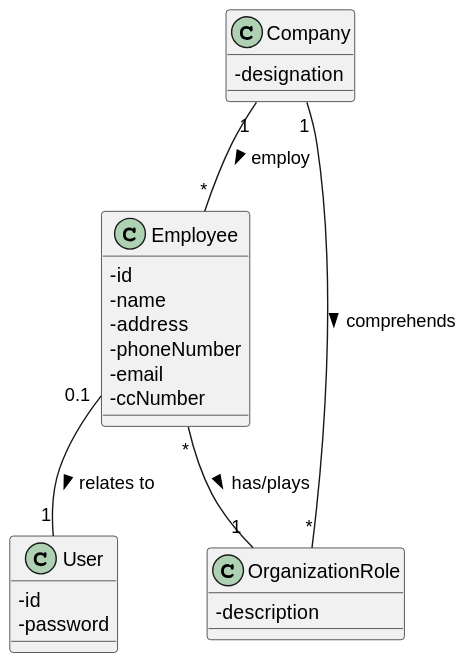
Above: docs/SprintB/US010/US010_CD.svg in osnilas/SNSsystem (PlantUML), before the change.
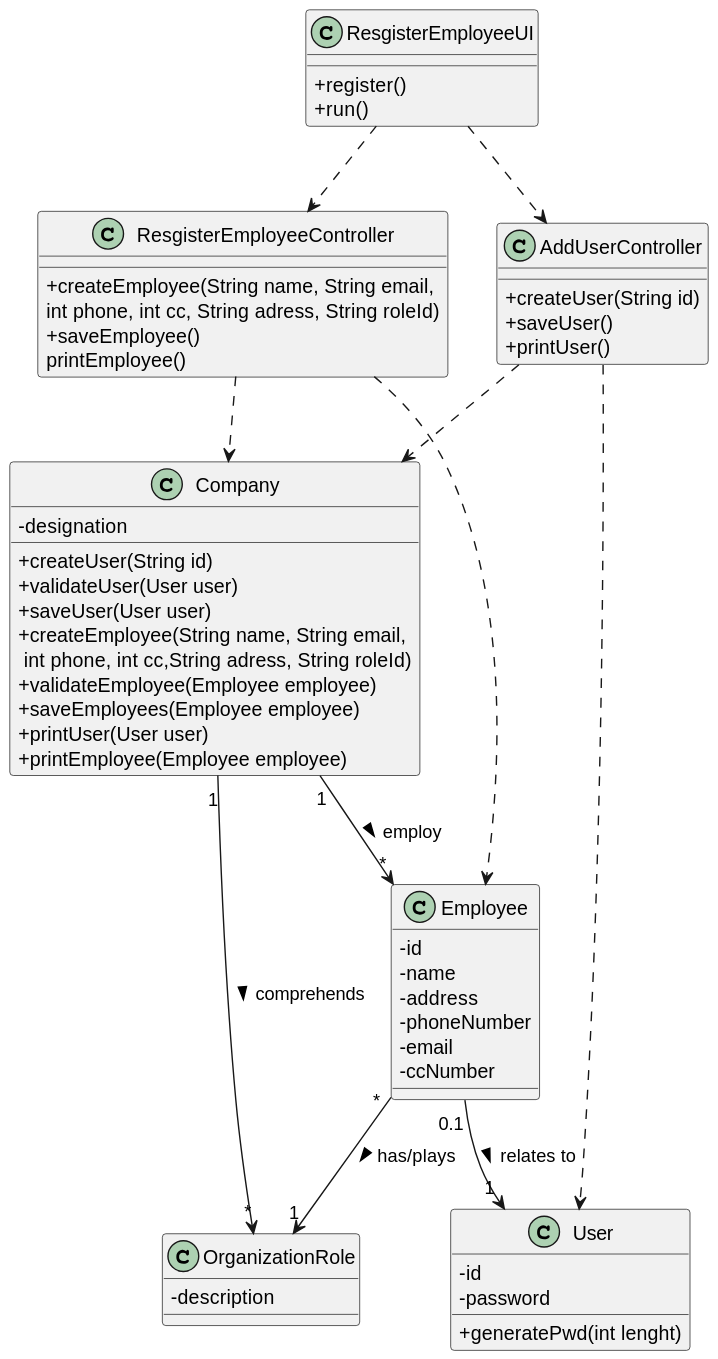
Above is the later version.

Diff of the diagram source:
```diff
@@ -3,6 +3,14 @@
 
 Class Company{
 -designation
+    +createUser(String id)
+    +validateUser(User user)
+    +saveUser(User user)
+    +createEmployee(String name, String email,\n int phone, int cc,String adress, String roleId)
+    +validateEmployee(Employee employee)
+    +saveEmployees(Employee employee)
+    +printUser(User user)
+    +printEmployee(Employee employee)
 }
 Class Employee{
 -id
@@ -15,15 +23,36 @@
 Class User{
 -id
 -password
++generatePwd(int lenght)
 }
 Class OrganizationRole{
 -description
 }
+Class ResgisterEmployeeUI{
++register()
++run()
+}
+Class ResgisterEmployeeController{
++createEmployee(String name, String email, \nint phone, int cc, String adress, String roleId)
++saveEmployee()
+printEmployee()
+}
 
-Company"1"--"*"Employee:employ >
-Employee"0.1"--"1"User:relates to >
-Company"1"--"*"OrganizationRole: comprehends >
-Employee"*"--"1"OrganizationRole:has/plays >
+Class AddUserController{
++createUser(String id)
++saveUser()
++printUser()
+}
 
+Company"1"-->"*"Employee:employ >
+Employee"0.1"-->"1"User:relates to >
+Company"1"-->"*"OrganizationRole: comprehends >
+Employee"*"-->"1"OrganizationRole:has/plays >
+ResgisterEmployeeController..>Company
+ResgisterEmployeeUI..> ResgisterEmployeeController
+ResgisterEmployeeUI..>AddUserController
+AddUserController..>Company
+AddUserController..>User
+ResgisterEmployeeController..>Employee
 
 @enduml
```
